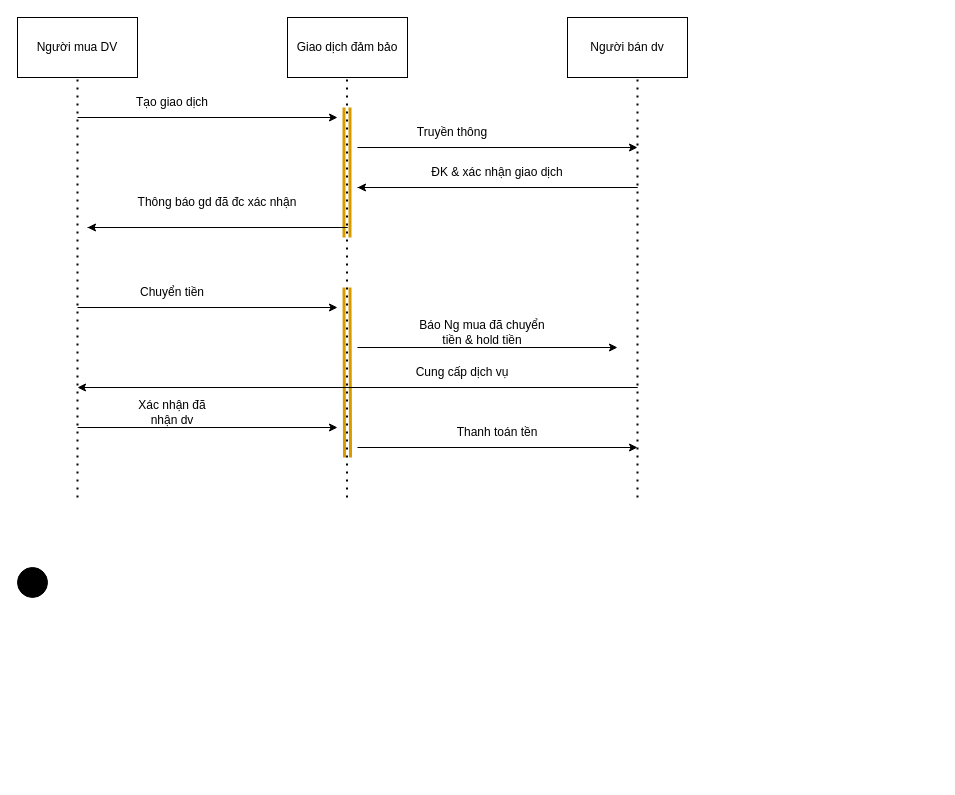
LightKnight3r/FacebookBasic keeps this draw.io diagram as Untitled Diagram.drawio. Above is the earlier version. Source tidied: cells renumbered, new cells numbered last; positions are measured from the earlier drawing's top-left corner, leaving out a move shared by most shapes. Both pictures are drawn from the tidied source at 100%, with x=0, y=0 at pixel (17, 17).
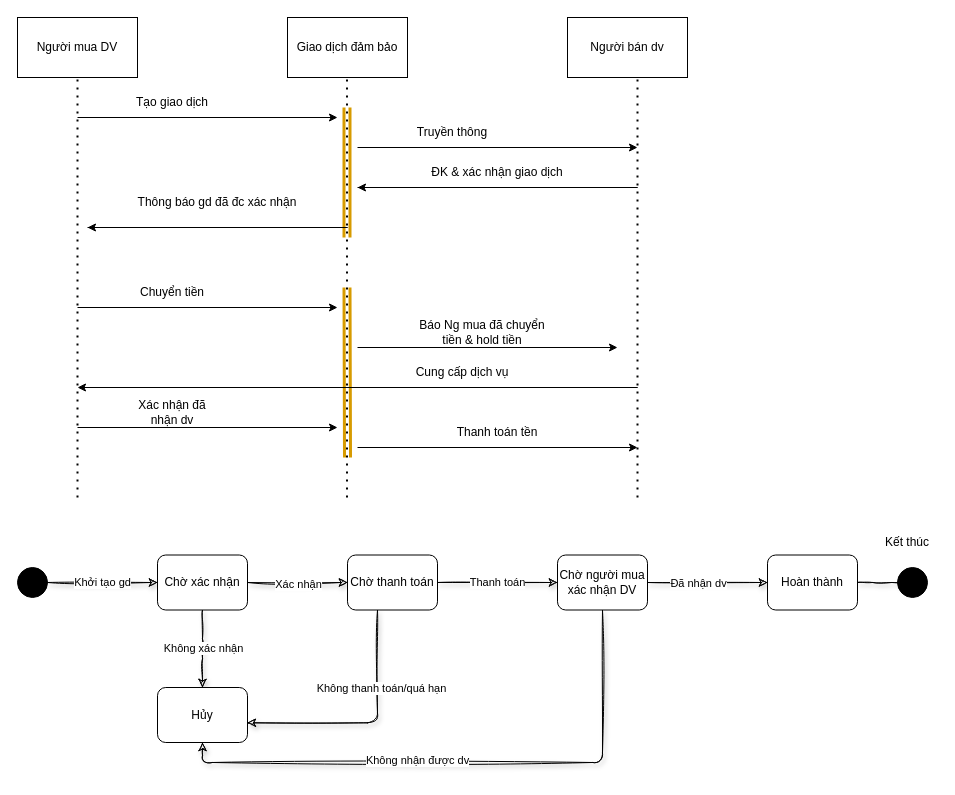
After the change.

Unchanged cells that the change refers to:
```xml
<mxCell id="28" style="ellipse;fillColor=strokeColor;" parent="1" vertex="1">
  <mxGeometry y="550" width="30" height="30" as="geometry" />
</mxCell>
```

The edit, as a diff of the source:
```diff
@@
+    <mxCell id="29" value="Khởi tạo gd" style="edgeStyle=orthogonalEdgeStyle;rounded=1;sketch=1;jettySize=auto;html=1;entryX=0;entryY=0.5;entryDx=0;entryDy=0;shadow=1;strokeWidth=1;" parent="1" edge="1" source="28" target="33">
+      <mxGeometry relative="1" as="geometry" />
+    </mxCell>
@@
+    <mxCell id="30" value="Không xác nhận" style="edgeStyle=orthogonalEdgeStyle;rounded=1;sketch=1;jettySize=auto;html=1;shadow=1;strokeWidth=1;" parent="1" edge="1" source="33">
+      <mxGeometry relative="1" as="geometry">
+        <mxPoint x="185" y="670" as="targetPoint" />
+      </mxGeometry>
+    </mxCell>
+    <mxCell id="31" style="edgeStyle=orthogonalEdgeStyle;rounded=1;sketch=1;jettySize=auto;html=1;shadow=1;strokeWidth=1;entryX=0;entryY=0.5;entryDx=0;entryDy=0;" parent="1" edge="1" source="33" target="38">
+      <mxGeometry relative="1" as="geometry" />
+    </mxCell>
+    <mxCell id="32" value="Xác nhận" style="edgeLabel;html=1;align=center;verticalAlign=middle;" parent="31" vertex="1">
+      <mxGeometry x="-0.01" y="-1" relative="1" as="geometry" />
+    </mxCell>
+    <mxCell id="33" value="Chờ xác nhận" style="rounded=1;whiteSpace=wrap;html=1;" parent="1" vertex="1">
+      <mxGeometry x="140" y="537.5" width="90" height="55" as="geometry" />
+    </mxCell>
+    <mxCell id="34" value="Hủy" style="rounded=1;whiteSpace=wrap;html=1;" parent="1" vertex="1">
+      <mxGeometry x="140" y="670" width="90" height="55" as="geometry" />
+    </mxCell>
+    <mxCell id="35" style="edgeStyle=orthogonalEdgeStyle;rounded=1;sketch=1;jettySize=auto;html=1;entryX=0.998;entryY=0.642;entryDx=0;entryDy=0;entryPerimeter=0;shadow=1;strokeWidth=1;" parent="1" edge="1" source="38" target="34">
+      <mxGeometry relative="1" as="geometry">
+        <Array as="points">
+          <mxPoint x="360" y="705" />
+        </Array>
+      </mxGeometry>
+    </mxCell>
+    <mxCell id="36" value="Không thanh toán/quá hạn" style="edgeLabel;html=1;align=center;verticalAlign=middle;" parent="35" vertex="1">
+      <mxGeometry x="-0.36" y="3" relative="1" as="geometry" />
+    </mxCell>
+    <mxCell id="37" value="Thanh toán" style="edgeStyle=orthogonalEdgeStyle;rounded=1;sketch=1;jettySize=auto;html=1;entryX=0;entryY=0.5;entryDx=0;entryDy=0;shadow=1;strokeWidth=1;" parent="1" edge="1" source="38" target="43">
+      <mxGeometry relative="1" as="geometry" />
+    </mxCell>
+    <mxCell id="38" value="Chờ thanh toán" style="rounded=1;whiteSpace=wrap;html=1;" parent="1" vertex="1">
+      <mxGeometry x="330" y="537.5" width="90" height="55" as="geometry" />
+    </mxCell>
+    <mxCell id="39" style="edgeStyle=orthogonalEdgeStyle;rounded=1;sketch=1;jettySize=auto;html=1;exitX=0.5;exitY=1;exitDx=0;exitDy=0;shadow=1;strokeWidth=1;entryX=0.5;entryY=1;entryDx=0;entryDy=0;" parent="1" edge="1" source="43" target="34">
+      <mxGeometry relative="1" as="geometry" />
+    </mxCell>
+    <mxCell id="40" value="Không nhận được dv" style="edgeLabel;html=1;align=center;verticalAlign=middle;" parent="39" vertex="1">
+      <mxGeometry x="0.18" y="-3" relative="1" as="geometry" />
+    </mxCell>
+    <mxCell id="41" style="edgeStyle=orthogonalEdgeStyle;rounded=1;sketch=1;jettySize=auto;html=1;shadow=1;strokeWidth=1;entryX=0;entryY=0.5;entryDx=0;entryDy=0;" parent="1" edge="1" source="43" target="45">
+      <mxGeometry relative="1" as="geometry" />
+    </mxCell>
+    <mxCell id="42" value="Đã nhận dv" style="edgeLabel;html=1;align=center;verticalAlign=middle;" parent="41" vertex="1">
+      <mxGeometry x="-0.49" y="-1" relative="1" as="geometry">
+        <mxPoint x="19" y="-1" as="offset" />
+      </mxGeometry>
+    </mxCell>
+    <mxCell id="43" value="Chờ người mua xác nhận DV" style="rounded=1;whiteSpace=wrap;html=1;" parent="1" vertex="1">
+      <mxGeometry x="540" y="537.5" width="90" height="55" as="geometry" />
+    </mxCell>
+    <mxCell id="44" style="edgeStyle=orthogonalEdgeStyle;rounded=1;sketch=1;jettySize=auto;html=1;shadow=1;strokeWidth=1;" parent="1" edge="1" source="45">
+      <mxGeometry relative="1" as="geometry">
+        <mxPoint x="890" y="565" as="targetPoint" />
+      </mxGeometry>
+    </mxCell>
+    <mxCell id="45" value="Hoàn thành" style="rounded=1;whiteSpace=wrap;html=1;" parent="1" vertex="1">
+      <mxGeometry x="750" y="537.5" width="90" height="55" as="geometry" />
+    </mxCell>
+    <mxCell id="46" style="ellipse;fillColor=strokeColor;" parent="1" vertex="1">
+      <mxGeometry x="880" y="550" width="30" height="30" as="geometry" />
+    </mxCell>
+    <mxCell id="47" value="Kết thúc" style="text;html=1;strokeColor=none;fillColor=none;align=center;verticalAlign=middle;whiteSpace=wrap;rounded=0;" parent="1" vertex="1">
+      <mxGeometry x="860" y="510" width="60" height="30" as="geometry" />
+    </mxCell>
```
